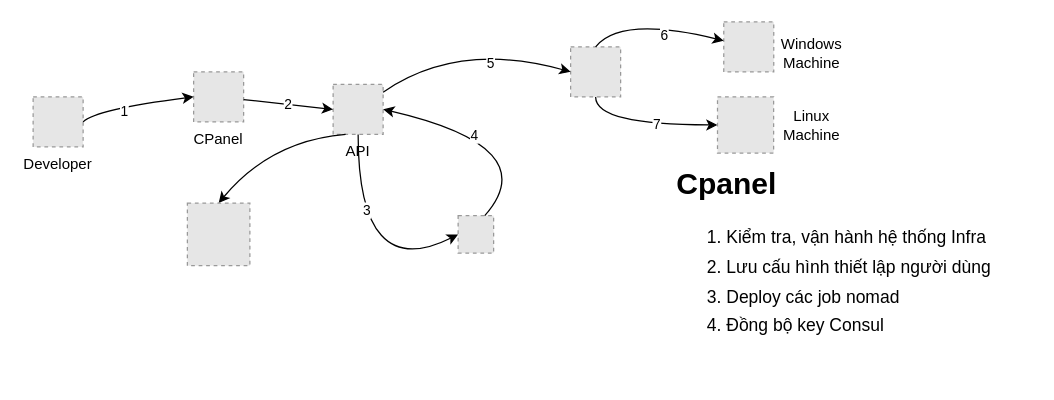
This is page "CPanel Tools" (5 of 5) of Dev-Sanbox-Architecture.drawio from khinhvuphiduong/diagrams.net, a draw.io file, before an edit. Source tidied: cells renumbered, new cells numbered last; positions are measured from the earlier drawing's top-left corner, leaving out a move shared by most shapes. Both pictures are drawn from the tidied source at 125%, with x=0, y=0 at pixel (32, 15). Pictures stored in the file or linked from it are replaced by grey dashed boxes.
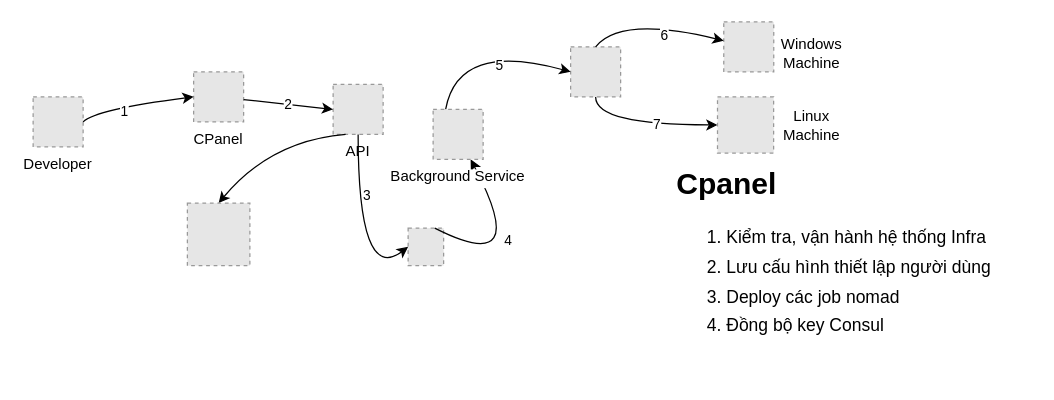
The same page after the edit.

Unchanged cells that the change refers to:
```xml
<mxCell id="5" style="fillColor=#E6E6E6;strokeColor=#999999;dashed=1;verticalLabelPosition=bottom;labelBackgroundColor=default;verticalAlign=top;" parent="1" vertex="1">
  <mxGeometry x="430" y="25" width="40" height="40" as="geometry" />
</mxCell>
<mxCell id="10" value="API" style="fillColor=#E6E6E6;strokeColor=#999999;dashed=1;verticalLabelPosition=bottom;labelBackgroundColor=default;verticalAlign=top;" parent="1" vertex="1">
  <mxGeometry x="240" y="55" width="40" height="40" as="geometry" />
</mxCell>
```

The edit, as a diff of the source:
```diff
@@
     <mxCell id="2" style="fillColor=#E6E6E6;strokeColor=#999999;dashed=1;verticalLabelPosition=bottom;labelBackgroundColor=default;verticalAlign=top;fontStyle=1;" parent="1" vertex="1">
-      <mxGeometry x="340" y="160" width="28.4" height="30" as="geometry" />
+      <mxGeometry x="300" y="170" width="28.4" height="30" as="geometry" />
     </mxCell>
@@
-    <mxCell id="16" style="curved=1;endArrow=classic;html=1;rounded=0;entryX=1;entryY=0.5;entryDx=0;entryDy=0;exitX=0.75;exitY=0;exitDx=0;exitDy=0;" parent="1" edge="1" source="2" target="10">
+    <mxCell id="16" style="curved=1;endArrow=classic;html=1;rounded=0;exitX=0.75;exitY=0;exitDx=0;exitDy=0;entryX=0.75;entryY=1;entryDx=0;entryDy=0;" parent="1" edge="1" source="2" target="27">
       <mxGeometry relative="1" as="geometry">
         <Array as="points">
-          <mxPoint x="410" y="105" />
+          <mxPoint x="400" y="210" />
         </Array>
       </mxGeometry>
     </mxCell>
@@
-    <mxCell id="18" style="curved=1;endArrow=classic;html=1;rounded=0;entryX=0;entryY=0.5;entryDx=0;entryDy=0;" parent="1" edge="1" source="10" target="5">
+    <mxCell id="18" style="curved=1;endArrow=classic;html=1;rounded=0;entryX=0;entryY=0.5;entryDx=0;entryDy=0;exitX=0.25;exitY=0;exitDx=0;exitDy=0;" parent="1" edge="1" source="27" target="5">
       <mxGeometry relative="1" as="geometry">
         <Array as="points">
           <mxPoint x="340" y="20" />
         </Array>
       </mxGeometry>
     </mxCell>
@@
+    <mxCell id="27" value="Background Service" style="fillColor=#E6E6E6;strokeColor=#999999;dashed=1;verticalLabelPosition=bottom;labelBackgroundColor=default;verticalAlign=top;" parent="1" vertex="1">
+      <mxGeometry x="320" y="75" width="40" height="40" as="geometry" />
+    </mxCell>
```
